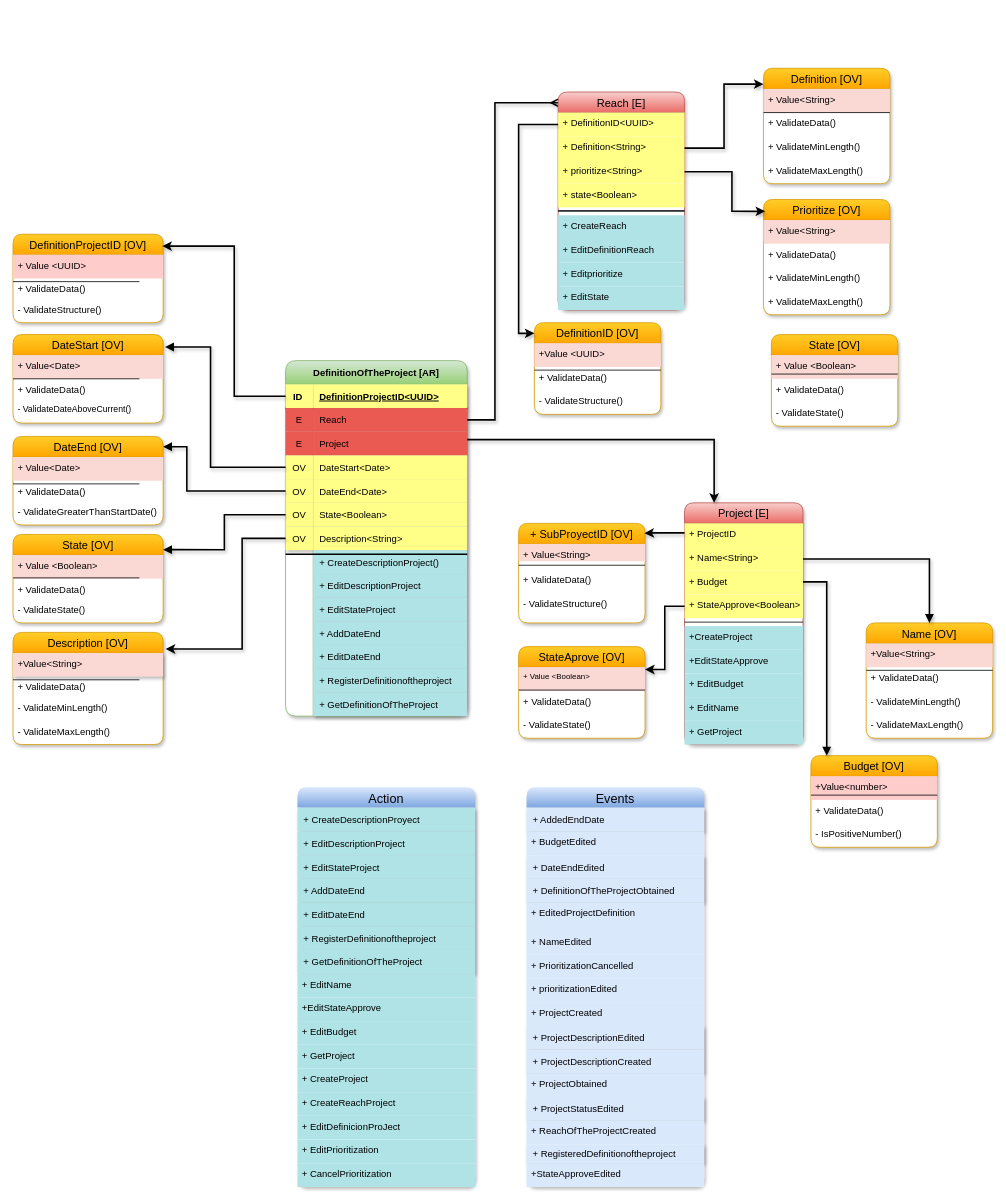
Earlier version of the draw.io diagram page "DefinitionOfTheProject [AR]" (2 of 5) of DDD.drawio (migueltorresd/C1-2023-DDD-Colombia). Source tidied: cells renumbered, new cells numbered last; positions are measured from the earlier drawing's top-left corner, leaving out a move shared by most shapes. Both pictures are drawn from the tidied source at 79%, with x=0, y=0 at pixel (13, 68).
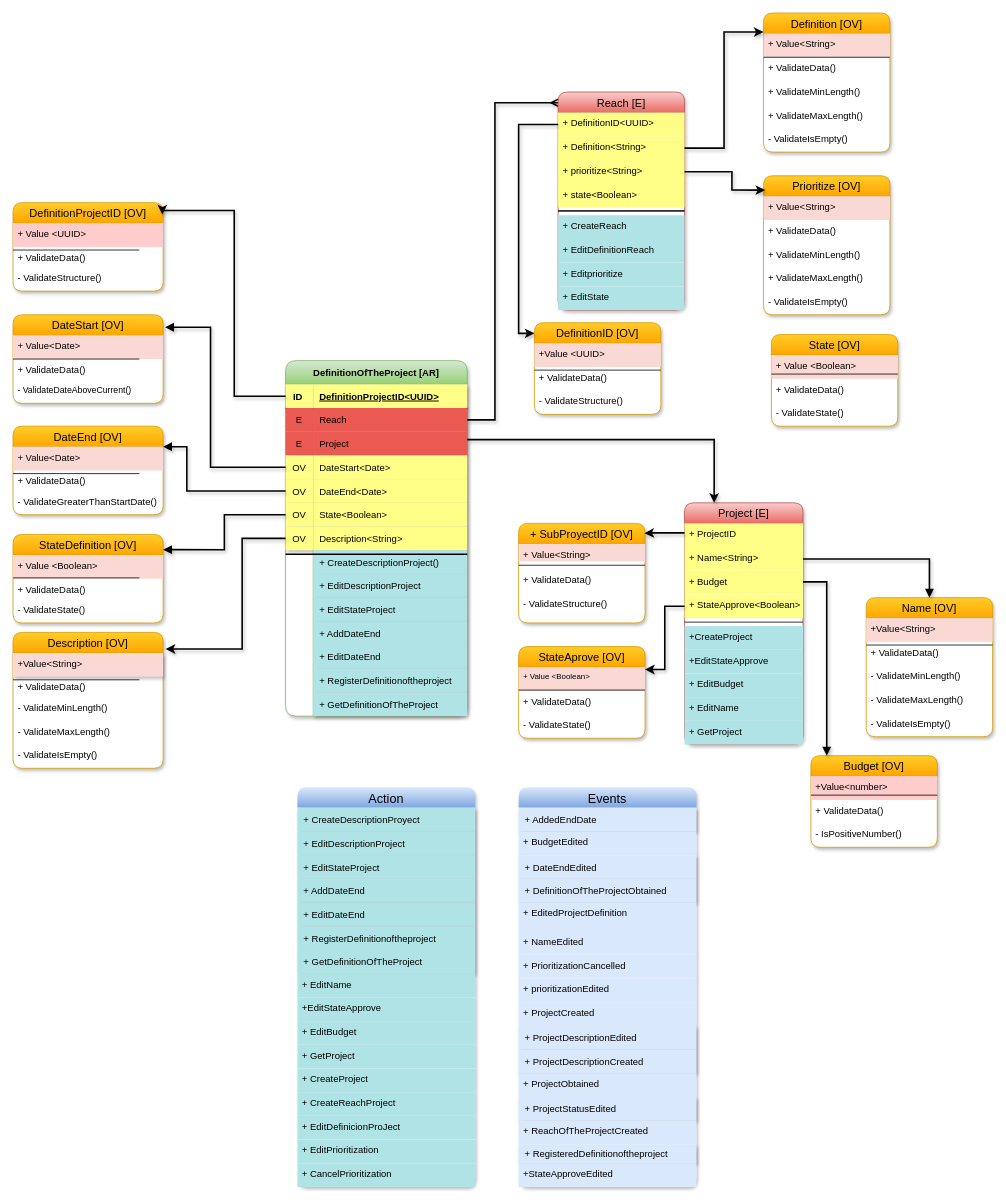
After the change.

Unchanged cells that the change refers to:
```xml
<mxCell id="3" style="shape=tableRow;horizontal=0;startSize=0;swimlaneHead=0;swimlaneBody=0;fillColor=none;points=[[0,0.5],[1,0.5]];portConstraint=eastwest;top=0;left=0;right=0;bottom=1;rounded=1;shadow=1;" parent="2" vertex="1">
  <mxGeometry y="30" width="230" height="30" as="geometry" />
</mxCell>
<mxCell id="12" style="shape=tableRow;horizontal=0;startSize=0;swimlaneHead=0;swimlaneBody=0;fillColor=none;points=[[0,0.5],[1,0.5]];portConstraint=eastwest;top=0;left=0;right=0;bottom=0;rounded=1;shadow=1;" parent="2" vertex="1">
  <mxGeometry y="120" width="230" height="30" as="geometry" />
</mxCell>
<mxCell id="121" value="+ prioritize&lt;String&gt;&#10;" style="text;strokeColor=none;fillColor=#ffff88;spacingLeft=4;spacingRight=4;overflow=hidden;points=[[0,0.5],[1,0.5]];portConstraint=eastwest;fontSize=12;" parent="118" vertex="1">
  <mxGeometry y="86" width="160" height="30" as="geometry" />
</mxCell>
```

Change to the diagram source:
```diff
@@
     <mxCell id="63" value="Name [OV]" style="swimlane;fontStyle=0;horizontal=1;startSize=26;align=center;fontSize=14;rounded=1;strokeWidth=1;fillColor=#ffcd28;gradientColor=#ffa500;strokeColor=#d79b00;shadow=1;swimlaneFillColor=default;" parent="1" vertex="1">
-      <mxGeometry x="1080" y="702" width="160" height="146" as="geometry" />
+      <mxGeometry x="1080" y="670" width="160" height="176" as="geometry" />
     </mxCell>
@@
+    <mxCell id="187" value="- ValidateIsEmpty()" style="text;strokeColor=none;fillColor=none;spacingLeft=4;spacingRight=4;overflow=hidden;fontSize=12;" parent="63" vertex="1">
+      <mxGeometry y="146" width="160" height="30" as="geometry" />
+    </mxCell>
     <mxCell id="69" value="DateStart [OV]" style="swimlane;fontStyle=0;horizontal=1;startSize=26;align=center;fontSize=14;rounded=1;shadow=1;fillColor=#ffcd28;gradientColor=#ffa500;strokeColor=#d79b00;swimlaneFillColor=default;" parent="1" vertex="1">
-      <mxGeometry y="337" width="190" height="112" as="geometry" />
+      <mxGeometry y="312" width="190" height="112" as="geometry" />
     </mxCell>
@@
     <mxCell id="79" value="DateEnd [OV]" style="swimlane;fontStyle=0;horizontal=1;startSize=26;align=center;fontSize=14;rounded=1;shadow=1;fillColor=#ffcd28;gradientColor=#ffa500;strokeColor=#d79b00;swimlaneFillColor=default;" parent="1" vertex="1">
-      <mxGeometry y="466" width="190" height="112" as="geometry" />
+      <mxGeometry y="453" width="190" height="112" as="geometry" />
     </mxCell>
@@
-    <mxCell id="84" value="State [OV]" style="swimlane;fontStyle=0;horizontal=1;startSize=26;align=center;fontSize=14;rounded=1;shadow=1;fillColor=#ffcd28;gradientColor=#ffa500;strokeColor=#d79b00;swimlaneFillColor=default;" parent="1" vertex="1">
+    <mxCell id="84" value="StateDefinition [OV]" style="swimlane;fontStyle=0;horizontal=1;startSize=26;align=center;fontSize=14;rounded=1;shadow=1;fillColor=#ffcd28;gradientColor=#ffa500;strokeColor=#d79b00;swimlaneFillColor=default;" parent="1" vertex="1">
       <mxGeometry y="590" width="190" height="112" as="geometry" />
     </mxCell>
@@
     <mxCell id="91" style="edgeStyle=orthogonalEdgeStyle;rounded=0;jettySize=auto;html=1;entryX=1.013;entryY=0.141;entryDx=0;entryDy=0;entryPerimeter=0;fontSize=10;endArrow=block;endFill=1;shadow=1;strokeWidth=2;" parent="1" edge="1" source="12" target="69">
       <mxGeometry relative="1" as="geometry">
         <Array as="points">
           <mxPoint x="250" y="505" />
-          <mxPoint x="250" y="353" />
+          <mxPoint x="250" y="328" />
         </Array>
       </mxGeometry>
     </mxCell>
@@
     <mxCell id="94" value="Description [OV]" style="swimlane;fontStyle=0;horizontal=1;startSize=26;align=center;fontSize=14;rounded=1;shadow=1;fillColor=#ffcd28;gradientColor=#ffa500;strokeColor=#d79b00;swimlaneFillColor=default;" parent="1" vertex="1">
-      <mxGeometry y="714" width="190" height="142" as="geometry" />
+      <mxGeometry y="714" width="190" height="172" as="geometry" />
     </mxCell>
@@
+    <mxCell id="188" value="- ValidateIsEmpty()" style="text;strokeColor=none;fillColor=none;spacingLeft=4;spacingRight=4;overflow=hidden;fontSize=12;" parent="94" vertex="1">
+      <mxGeometry y="142" width="190" height="30" as="geometry" />
+    </mxCell>
@@
     <mxCell id="129" value="Definition [OV]" style="swimlane;fontStyle=0;horizontal=1;startSize=26;align=center;fontSize=14;rounded=1;fillColor=#ffcd28;gradientColor=#ffa500;strokeColor=#d79b00;shadow=1;swimlaneFillColor=default;" parent="1" vertex="1">
-      <mxGeometry x="950" width="160" height="146" as="geometry" />
+      <mxGeometry x="950" y="-70" width="160" height="176" as="geometry" />
     </mxCell>
@@
+    <mxCell id="189" value="- ValidateIsEmpty()" style="text;strokeColor=none;fillColor=none;spacingLeft=4;spacingRight=4;overflow=hidden;fontSize=12;" parent="129" vertex="1">
+      <mxGeometry y="146" width="160" height="30" as="geometry" />
+    </mxCell>
     <mxCell id="135" value="Prioritize [OV]" style="swimlane;fontStyle=0;horizontal=1;startSize=26;align=center;fontSize=14;rounded=1;fillColor=#ffcd28;gradientColor=#ffa500;strokeColor=#d79b00;shadow=1;swimlaneFillColor=default;" parent="1" vertex="1">
-      <mxGeometry x="950" y="166" width="160" height="146" as="geometry" />
+      <mxGeometry x="950" y="136" width="160" height="176" as="geometry" />
     </mxCell>
@@
+    <mxCell id="190" value="- ValidateIsEmpty()" style="text;strokeColor=none;fillColor=none;spacingLeft=4;spacingRight=4;overflow=hidden;fontSize=12;" parent="135" vertex="1">
+      <mxGeometry y="146" width="160" height="30" as="geometry" />
+    </mxCell>
@@
     <mxCell id="152" value="DefinitionProjectID [OV]" style="swimlane;fontStyle=0;horizontal=1;startSize=26;align=center;fontSize=14;fillColor=#ffcd28;gradientColor=#ffa500;strokeColor=#d79b00;rounded=1;shadow=1;swimlaneFillColor=default;" parent="1" vertex="1">
-      <mxGeometry y="210" width="190" height="112" as="geometry" />
+      <mxGeometry y="170" width="190" height="112" as="geometry" />
     </mxCell>
@@
     <mxCell id="157" value="Events" style="swimlane;fontStyle=0;horizontal=1;startSize=26;align=center;fontSize=16;rounded=1;fillColor=#dae8fc;gradientColor=#7ea6e0;strokeColor=none;swimlaneFillColor=default;shadow=1;" parent="1" vertex="1">
-      <mxGeometry x="650" y="910" width="225" height="506" as="geometry" />
+      <mxGeometry x="640" y="910" width="225" height="506" as="geometry" />
     </mxCell>
@@
     <mxCell id="180" style="edgeStyle=orthogonalEdgeStyle;rounded=0;jettySize=auto;html=1;entryX=0.994;entryY=0.134;entryDx=0;entryDy=0;entryPerimeter=0;strokeWidth=2;shadow=1;" parent="1" edge="1" source="3" target="152">
       <mxGeometry relative="1" as="geometry">
         <Array as="points">
           <mxPoint x="280" y="415" />
-          <mxPoint x="280" y="225" />
+          <mxPoint x="280" y="180" />
+          <mxPoint x="189" y="180" />
         </Array>
       </mxGeometry>
     </mxCell>
@@
     <mxCell id="183" style="edgeStyle=orthogonalEdgeStyle;rounded=0;jettySize=auto;html=1;entryX=0.013;entryY=0.103;entryDx=0;entryDy=0;entryPerimeter=0;strokeWidth=2;shadow=1;" parent="1" edge="1" source="121" target="135">
       <mxGeometry relative="1" as="geometry">
         <Array as="points">
           <mxPoint x="910" y="131" />
-          <mxPoint x="910" y="181" />
+          <mxPoint x="910" y="154" />
         </Array>
       </mxGeometry>
     </mxCell>
```
